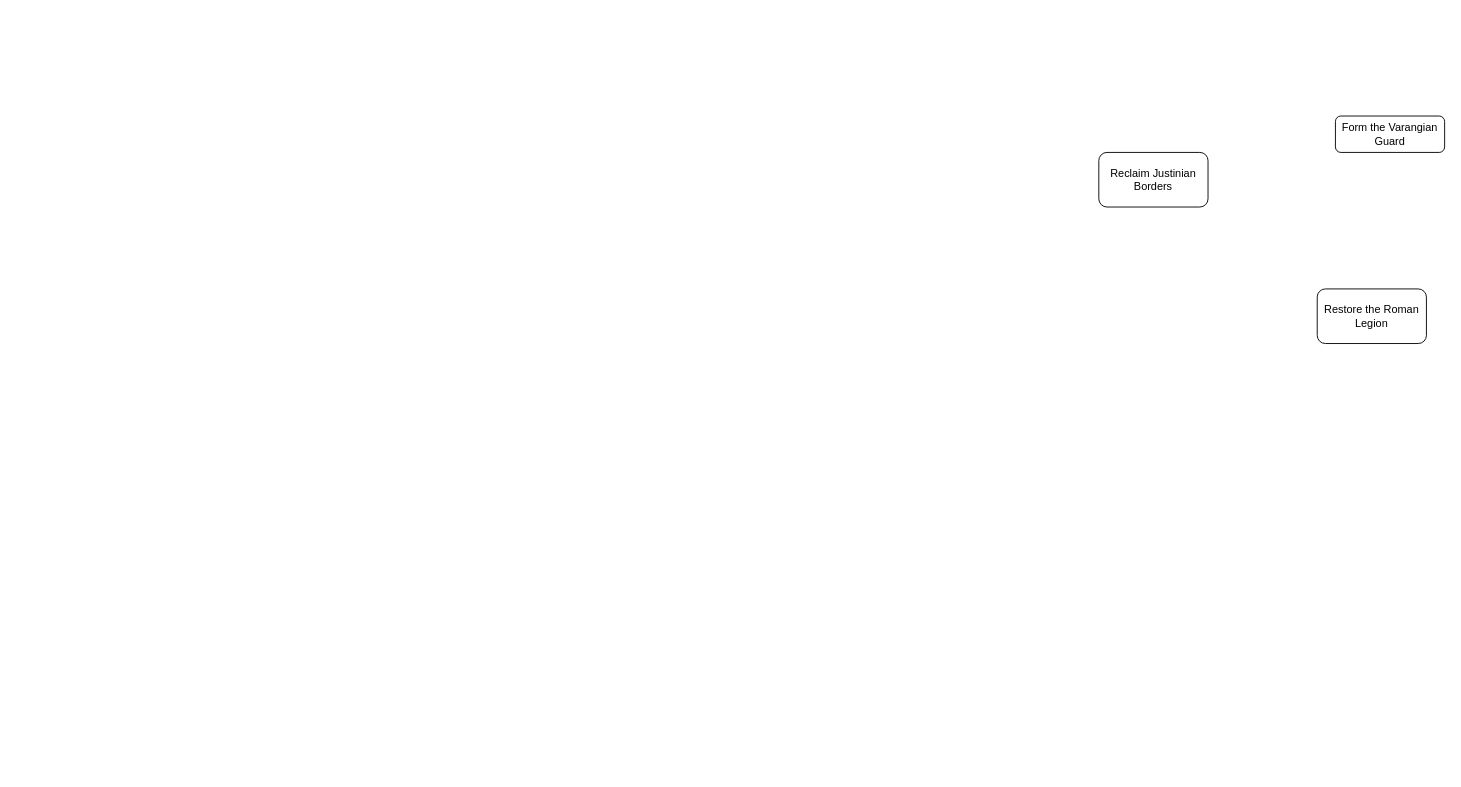
MarsRedRover/Better-Rhomaioi keeps this draw.io diagram as page "Goals" (1 of 3) of Decisions.drawio. Above is the earlier version. Source tidied: cells renumbered, new cells numbered last; positions are measured from the earlier drawing's top-left corner, leaving out a move shared by most shapes. Both pictures are drawn from the tidied source at 91%, with x=0, y=0 at pixel (1098, 116).
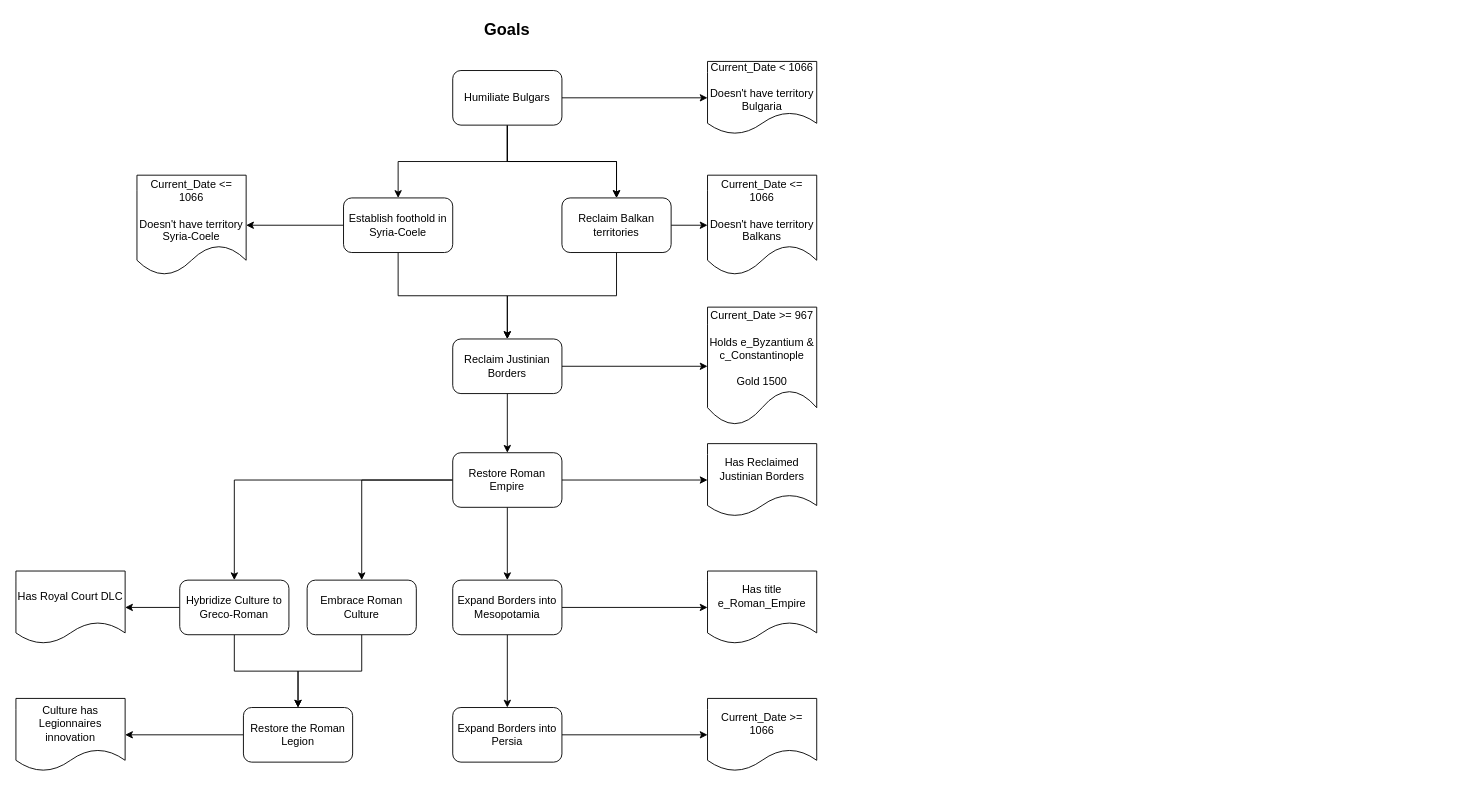
The same diagram, later.

The edit, as a diff of the source:
```diff
@@
-    <mxCell id="2" value="Form the Varangian Guard" style="rounded=1;whiteSpace=wrap;html=1;fontSize=12;glass=0;strokeWidth=1;shadow=0;" parent="1" vertex="1">
-      <mxGeometry x="260" width="120" height="40" as="geometry" />
-    </mxCell>
+    <mxCell id="5" style="edgeStyle=orthogonalEdgeStyle;rounded=0;jettySize=auto;html=1;" parent="1" edge="1" source="3" target="8">
+      <mxGeometry relative="1" as="geometry" />
+    </mxCell>
     <mxCell id="3" value="Restore the Roman Legion" style="rounded=1;whiteSpace=wrap;html=1;" parent="1" vertex="1">
-      <mxGeometry x="240" y="190" width="120" height="60" as="geometry" />
+      <mxGeometry x="-940" y="650" width="120" height="60" as="geometry" />
     </mxCell>
+    <mxCell id="6" style="edgeStyle=orthogonalEdgeStyle;rounded=0;jettySize=auto;html=1;" parent="1" edge="1" source="4" target="9">
+      <mxGeometry relative="1" as="geometry" />
+    </mxCell>
+    <mxCell id="7" style="edgeStyle=orthogonalEdgeStyle;rounded=0;jettySize=auto;html=1;" parent="1" edge="1" source="4" target="14">
+      <mxGeometry relative="1" as="geometry" />
+    </mxCell>
     <mxCell id="4" value="Reclaim Justinian Borders" style="rounded=1;whiteSpace=wrap;html=1;" parent="1" vertex="1">
-      <mxGeometry y="40" width="120" height="60" as="geometry" />
+      <mxGeometry x="-710" y="245" width="120" height="60" as="geometry" />
     </mxCell>
+    <mxCell id="8" value="Culture has Legionnaires innovation" style="shape=document;whiteSpace=wrap;html=1;boundedLbl=1;rounded=1;" parent="1" vertex="1">
+      <mxGeometry x="-1190" y="640" width="120" height="80" as="geometry" />
+    </mxCell>
+    <mxCell id="9" value="Current_Date &amp;gt;= 967&lt;br&gt;&lt;br&gt;Holds e_Byzantium &amp;amp; c_Constantinople&lt;br&gt;&lt;br&gt;Gold 1500" style="shape=document;whiteSpace=wrap;html=1;boundedLbl=1;rounded=1;" parent="1" vertex="1">
+      <mxGeometry x="-430" y="210" width="120" height="130" as="geometry" />
+    </mxCell>
+    <mxCell id="10" style="edgeStyle=orthogonalEdgeStyle;rounded=0;jettySize=auto;html=1;" parent="1" edge="1" source="14" target="15">
+      <mxGeometry relative="1" as="geometry" />
+    </mxCell>
+    <mxCell id="11" style="edgeStyle=orthogonalEdgeStyle;rounded=0;jettySize=auto;html=1;" parent="1" edge="1" source="14" target="32">
+      <mxGeometry relative="1" as="geometry" />
+    </mxCell>
+    <mxCell id="12" style="edgeStyle=orthogonalEdgeStyle;rounded=0;jettySize=auto;html=1;" parent="1" edge="1" source="14" target="41">
+      <mxGeometry relative="1" as="geometry" />
+    </mxCell>
+    <mxCell id="13" style="edgeStyle=orthogonalEdgeStyle;rounded=0;jettySize=auto;html=1;entryX=0.5;entryY=0;entryDx=0;entryDy=0;" parent="1" edge="1" source="14" target="38">
+      <mxGeometry relative="1" as="geometry" />
+    </mxCell>
+    <mxCell id="14" value="Restore Roman Empire" style="whiteSpace=wrap;html=1;rounded=1;" parent="1" vertex="1">
+      <mxGeometry x="-710" y="370" width="120" height="60" as="geometry" />
+    </mxCell>
+    <mxCell id="15" value="Has Reclaimed Justinian Borders" style="shape=document;whiteSpace=wrap;html=1;boundedLbl=1;rounded=1;" parent="1" vertex="1">
+      <mxGeometry x="-430" y="360" width="120" height="80" as="geometry" />
+    </mxCell>
+    <mxCell id="16" style="edgeStyle=orthogonalEdgeStyle;rounded=0;jettySize=auto;html=1;" parent="1" edge="1" source="18" target="4">
+      <mxGeometry relative="1" as="geometry" />
+    </mxCell>
+    <mxCell id="17" style="edgeStyle=orthogonalEdgeStyle;rounded=0;jettySize=auto;html=1;" parent="1" edge="1" source="18" target="25">
+      <mxGeometry relative="1" as="geometry" />
+    </mxCell>
+    <mxCell id="18" value="Reclaim Balkan territories" style="rounded=1;whiteSpace=wrap;html=1;" parent="1" vertex="1">
+      <mxGeometry x="-590" y="90" width="120" height="60" as="geometry" />
+    </mxCell>
+    <mxCell id="19" style="edgeStyle=orthogonalEdgeStyle;rounded=0;jettySize=auto;html=1;" parent="1" edge="1" source="23" target="24">
+      <mxGeometry relative="1" as="geometry" />
+    </mxCell>
+    <mxCell id="20" style="edgeStyle=orthogonalEdgeStyle;rounded=0;jettySize=auto;html=1;entryX=0.5;entryY=0;entryDx=0;entryDy=0;" parent="1" edge="1" source="23" target="18">
+      <mxGeometry relative="1" as="geometry" />
+    </mxCell>
+    <mxCell id="21" style="edgeStyle=orthogonalEdgeStyle;rounded=0;jettySize=auto;html=1;" parent="1" edge="1" source="23" target="18">
+      <mxGeometry relative="1" as="geometry" />
+    </mxCell>
+    <mxCell id="22" style="edgeStyle=orthogonalEdgeStyle;rounded=0;jettySize=auto;html=1;" parent="1" edge="1" source="23" target="28">
+      <mxGeometry relative="1" as="geometry" />
+    </mxCell>
+    <mxCell id="23" value="Humiliate Bulgars" style="rounded=1;whiteSpace=wrap;html=1;" parent="1" vertex="1">
+      <mxGeometry x="-710" y="-50" width="120" height="60" as="geometry" />
+    </mxCell>
+    <mxCell id="24" value="Current_Date &amp;lt; 1066&lt;br&gt;&lt;br&gt;Doesn't have territory Bulgaria" style="shape=document;whiteSpace=wrap;html=1;boundedLbl=1;rounded=1;" parent="1" vertex="1">
+      <mxGeometry x="-430" y="-60" width="120" height="80" as="geometry" />
+    </mxCell>
+    <mxCell id="25" value="Current_Date &amp;lt;= 1066&lt;br&gt;&lt;br&gt;Doesn't have territory Balkans&lt;br&gt;" style="shape=document;whiteSpace=wrap;html=1;boundedLbl=1;rounded=1;" parent="1" vertex="1">
+      <mxGeometry x="-430" y="65" width="120" height="110" as="geometry" />
+    </mxCell>
+    <mxCell id="26" style="edgeStyle=orthogonalEdgeStyle;rounded=0;jettySize=auto;html=1;" parent="1" edge="1" source="28" target="29">
+      <mxGeometry relative="1" as="geometry" />
+    </mxCell>
+    <mxCell id="27" style="edgeStyle=orthogonalEdgeStyle;rounded=0;jettySize=auto;html=1;entryX=0.5;entryY=0;entryDx=0;entryDy=0;" parent="1" edge="1" source="28" target="4">
+      <mxGeometry relative="1" as="geometry" />
+    </mxCell>
+    <mxCell id="28" value="Establish foothold in Syria-Coele" style="whiteSpace=wrap;html=1;rounded=1;" parent="1" vertex="1">
+      <mxGeometry x="-830" y="90" width="120" height="60" as="geometry" />
+    </mxCell>
+    <mxCell id="29" value="Current_Date &amp;lt;= 1066&lt;br&gt;&lt;br&gt;Doesn't have territory Syria-Coele" style="shape=document;whiteSpace=wrap;html=1;boundedLbl=1;rounded=1;" parent="1" vertex="1">
+      <mxGeometry x="-1057" y="65" width="120" height="110" as="geometry" />
+    </mxCell>
+    <mxCell id="30" style="edgeStyle=orthogonalEdgeStyle;rounded=0;jettySize=auto;html=1;" parent="1" edge="1" source="32" target="33">
+      <mxGeometry relative="1" as="geometry" />
+    </mxCell>
+    <mxCell id="31" style="edgeStyle=orthogonalEdgeStyle;rounded=0;jettySize=auto;html=1;" parent="1" edge="1" source="32" target="35">
+      <mxGeometry relative="1" as="geometry" />
+    </mxCell>
+    <mxCell id="32" value="Expand Borders into Mesopotamia" style="whiteSpace=wrap;html=1;rounded=1;" parent="1" vertex="1">
+      <mxGeometry x="-710" y="510" width="120" height="60" as="geometry" />
+    </mxCell>
+    <mxCell id="33" value="Has title e_Roman_Empire" style="shape=document;whiteSpace=wrap;html=1;boundedLbl=1;rounded=1;" parent="1" vertex="1">
+      <mxGeometry x="-430" y="500" width="120" height="80" as="geometry" />
+    </mxCell>
+    <mxCell id="34" style="edgeStyle=orthogonalEdgeStyle;rounded=0;jettySize=auto;html=1;" parent="1" edge="1" source="35" target="36">
+      <mxGeometry relative="1" as="geometry" />
+    </mxCell>
+    <mxCell id="35" value="Expand Borders into Persia" style="whiteSpace=wrap;html=1;rounded=1;" parent="1" vertex="1">
+      <mxGeometry x="-710" y="650" width="120" height="60" as="geometry" />
+    </mxCell>
+    <mxCell id="36" value="Current_Date &amp;gt;= 1066" style="shape=document;whiteSpace=wrap;html=1;boundedLbl=1;rounded=1;" parent="1" vertex="1">
+      <mxGeometry x="-430" y="640" width="120" height="80" as="geometry" />
+    </mxCell>
+    <mxCell id="37" style="edgeStyle=orthogonalEdgeStyle;rounded=0;jettySize=auto;html=1;entryX=0.5;entryY=0;entryDx=0;entryDy=0;" parent="1" edge="1" source="38" target="3">
+      <mxGeometry relative="1" as="geometry" />
+    </mxCell>
+    <mxCell id="38" value="Embrace Roman Culture" style="rounded=1;whiteSpace=wrap;html=1;" parent="1" vertex="1">
+      <mxGeometry x="-870" y="510" width="120" height="60" as="geometry" />
+    </mxCell>
+    <mxCell id="39" style="edgeStyle=orthogonalEdgeStyle;rounded=0;jettySize=auto;html=1;entryX=0.5;entryY=0;entryDx=0;entryDy=0;" parent="1" edge="1" source="41" target="3">
+      <mxGeometry relative="1" as="geometry" />
+    </mxCell>
+    <mxCell id="40" style="edgeStyle=orthogonalEdgeStyle;rounded=0;jettySize=auto;html=1;" parent="1" edge="1" source="41" target="42">
+      <mxGeometry relative="1" as="geometry" />
+    </mxCell>
+    <mxCell id="41" value="Hybridize Culture to Greco-Roman" style="rounded=1;whiteSpace=wrap;html=1;" parent="1" vertex="1">
+      <mxGeometry x="-1010" y="510" width="120" height="60" as="geometry" />
+    </mxCell>
+    <mxCell id="42" value="Has Royal Court DLC" style="shape=document;whiteSpace=wrap;html=1;boundedLbl=1;rounded=1;" parent="1" vertex="1">
+      <mxGeometry x="-1190" y="500" width="120" height="80" as="geometry" />
+    </mxCell>
+    <mxCell id="43" value="&lt;font style=&quot;font-size: 18px;&quot;&gt;&lt;b&gt;Goals&lt;br&gt;&lt;/b&gt;&lt;/font&gt;" style="text;html=1;strokeColor=none;fillColor=none;align=center;verticalAlign=middle;whiteSpace=wrap;rounded=0;" parent="1" vertex="1">
+      <mxGeometry x="-680" y="-110" width="60" height="30" as="geometry" />
+    </mxCell>
```
